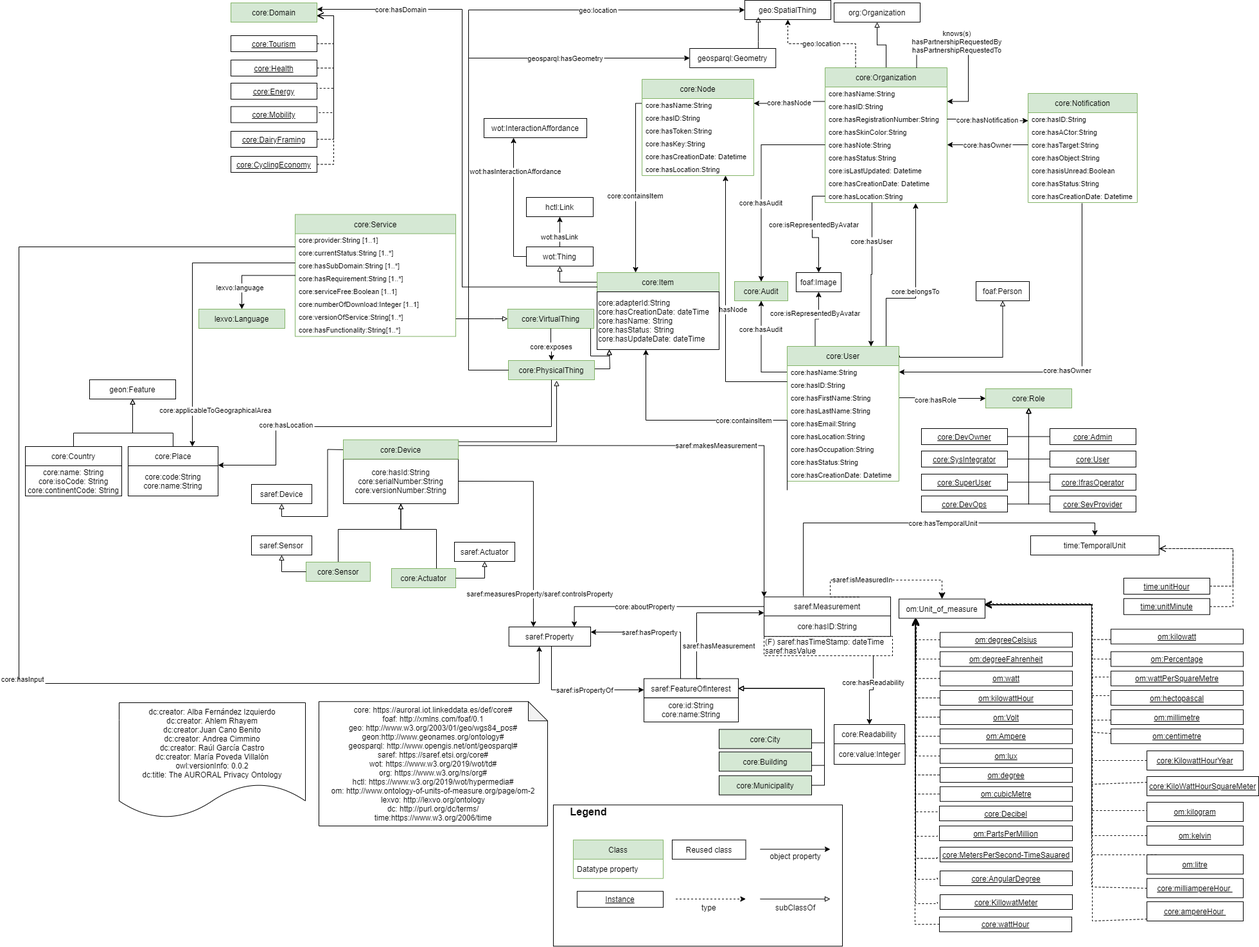
Before: diagrams/core.png, a diagram exported from draw.io (oeg-upm/auroral-core-ontology). Source tidied: cells renumbered, new cells last; positions are measured from the earlier drawing's top-left corner, leaving out a move shared by most shapes.
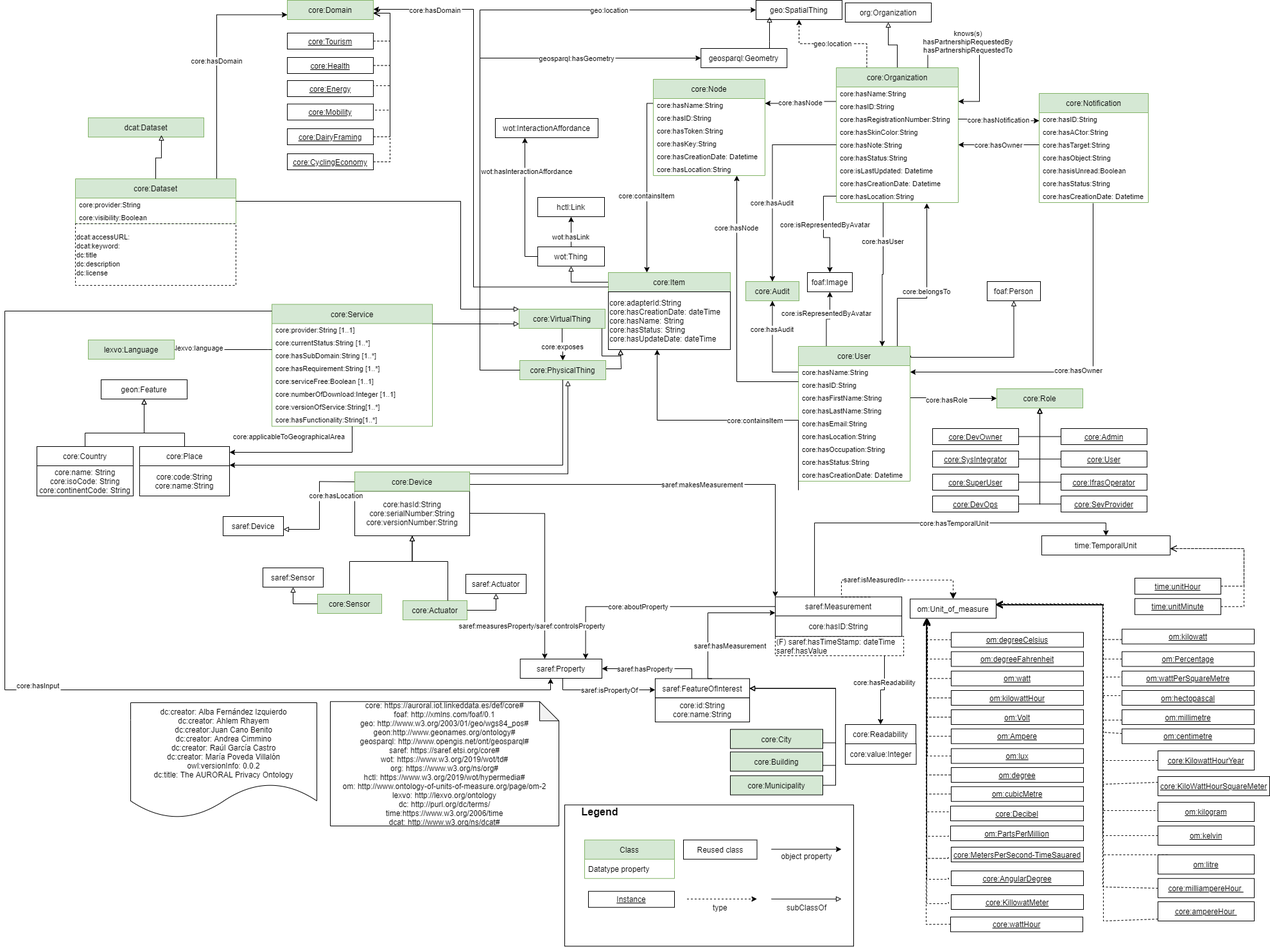
Later version of the same file.

The edit, as a diff of the source:
```diff
@@ -19,3 +19,3 @@
     </mxCell>
-    <mxCell id="5" value="core: https://auroral.iot.linkeddata.es/def/core#&#10;foaf: http://xmlns.com/foaf/0.1&#10;geo: http://www.w3.org/2003/01/geo/wgs84_pos#&#10;geon:http://www.geonames.org/ontology#&#10;geosparql: http://www.opengis.net/ont/geosparql#&#10;saref: https://saref.etsi.org/core#&#10;wot: https://www.w3.org/2019/wot/td#&#10;org: https://www.w3.org/ns/org#&#10;hctl: https://www.w3.org/2019/wot/hypermedia#&#10;om: http://www.ontology-of-units-of-measure.org/page/om-2&#10;lexvo: http://lexvo.org/ontology&#10;dc: http://purl.org/dc/terms/&#10;time:https://www.w3.org/2006/time" style="shape=note;backgroundOutline=1;darkOpacity=0.05;" parent="1" vertex="1">
+    <mxCell id="5" value="core: https://auroral.iot.linkeddata.es/def/core#&#10;foaf: http://xmlns.com/foaf/0.1&#10;geo: http://www.w3.org/2003/01/geo/wgs84_pos#&#10;geon:http://www.geonames.org/ontology#&#10;geosparql: http://www.opengis.net/ont/geosparql#&#10;saref: https://saref.etsi.org/core#&#10;wot: https://www.w3.org/2019/wot/td#&#10;org: https://www.w3.org/ns/org#&#10;hctl: https://www.w3.org/2019/wot/hypermedia#&#10;om: http://www.ontology-of-units-of-measure.org/page/om-2&#10;lexvo: http://lexvo.org/ontology&#10;dc: http://purl.org/dc/terms/&#10;time:https://www.w3.org/2006/time&#10;dcat: http://www.w3.org/ns/dcat#" style="shape=note;backgroundOutline=1;darkOpacity=0.05;" parent="1" vertex="1">
       <mxGeometry x="467" y="1092.2" width="356" height="193.8" as="geometry" />
@@ -199,6 +199,11 @@
     <mxCell id="58" value="saref:Device" style="rounded=0;whiteSpace=wrap;html=1;" parent="1" vertex="1">
-      <mxGeometry x="362" y="754" width="94" height="30" as="geometry" />
+      <mxGeometry x="300" y="804" width="94" height="30" as="geometry" />
     </mxCell>
-    <mxCell id="59" style="edgeStyle=orthogonalEdgeStyle;rounded=0;jettySize=auto;html=1;entryX=0.5;entryY=1;entryDx=0;entryDy=0;fontSize=11;endArrow=block;endFill=0;" parent="1" edge="1" source="172" target="58">
-      <mxGeometry relative="1" as="geometry" />
+    <mxCell id="59" style="edgeStyle=orthogonalEdgeStyle;rounded=0;jettySize=auto;html=1;fontSize=11;endArrow=block;endFill=0;" parent="1" edge="1" source="172" target="58">
+      <mxGeometry relative="1" as="geometry">
+        <Array as="points">
+          <mxPoint x="450" y="750" />
+          <mxPoint x="450" y="824" />
+        </Array>
+      </mxGeometry>
     </mxCell>
@@ -309,3 +314,3 @@
     <mxCell id="89" value="core:hasNode" style="edgeStyle=orthogonalEdgeStyle;rounded=0;jettySize=auto;fontSize=11;endArrow=classic;endFill=1;startArrow=none;" parent="1" edge="1" source="26" target="43">
-      <mxGeometry relative="1" as="geometry">
+      <mxGeometry x="0.61" relative="1" as="geometry">
         <Array as="points">
@@ -378,4 +383,4 @@
         <Array as="points">
-          <mxPoint x="497" y="824" />
-          <mxPoint x="595" y="824" />
+          <mxPoint x="497" y="874" />
+          <mxPoint x="595" y="874" />
         </Array>
@@ -384,6 +389,6 @@
     <mxCell id="105" value="core:Sensor" style="rounded=0;whiteSpace=wrap;html=1;fillColor=#d5e8d4;strokeColor=#82b366;" parent="1" vertex="1">
-      <mxGeometry x="447" y="875" width="100" height="30" as="geometry" />
+      <mxGeometry x="447" y="925" width="100" height="30" as="geometry" />
     </mxCell>
     <mxCell id="106" value="core:Actuator" style="rounded=0;whiteSpace=wrap;html=1;fillColor=#d5e8d4;strokeColor=#82b366;" parent="1" vertex="1">
-      <mxGeometry x="580" y="885" width="100" height="30" as="geometry" />
+      <mxGeometry x="580" y="935" width="100" height="30" as="geometry" />
     </mxCell>
@@ -392,4 +397,4 @@
         <Array as="points">
-          <mxPoint x="650" y="824" />
-          <mxPoint x="595" y="824" />
+          <mxPoint x="650" y="874" />
+          <mxPoint x="595" y="874" />
         </Array>
@@ -398,6 +403,6 @@
     <mxCell id="108" value="saref:Sensor" style="rounded=0;whiteSpace=wrap;html=1;" parent="1" vertex="1">
-      <mxGeometry x="362" y="834" width="94" height="30" as="geometry" />
+      <mxGeometry x="362" y="884" width="94" height="30" as="geometry" />
     </mxCell>
     <mxCell id="109" value="saref:Actuator" style="rounded=0;whiteSpace=wrap;html=1;" parent="1" vertex="1">
-      <mxGeometry x="678" y="844" width="94" height="30" as="geometry" />
+      <mxGeometry x="678" y="894" width="94" height="30" as="geometry" />
     </mxCell>
@@ -410,3 +415,3 @@
     <mxCell id="112" value="saref:Property" style="rounded=0;whiteSpace=wrap;html=1;points=[[0.1,0],[0.2,0],[0.3,0],[0.4,0],[0.5,0],[0.6,0],[0.7,0],[0.8,0],[0.9,0],[0,0.1],[0,0.3],[0,0.5],[0,0.7],[0,0.9],[0.1,1],[0.2,1],[0.3,1],[0.4,1],[0.5,1],[0.6,1],[0.7,1],[0.8,1],[0.9,1],[1,0.1],[1,0.3],[1,0.5],[1,0.7],[1,0.9]];" parent="1" vertex="1">
-      <mxGeometry x="762.8" y="976" width="127.2" height="30" as="geometry" />
+      <mxGeometry x="762.8" y="1026" width="127.2" height="30" as="geometry" />
     </mxCell>
@@ -448,3 +453,4 @@
         <Array as="points">
-          <mxPoint x="1160" y="694" />
+          <mxPoint x="684" y="754" />
+          <mxPoint x="1160" y="754" />
         </Array>
@@ -591,3 +597,3 @@
     <mxCell id="150" value="core:Service" style="swimlane;fontStyle=0;horizontal=1;startSize=30;fillColor=#d5e8d4;strokeColor=#82b366;" parent="1" vertex="1">
-      <mxGeometry x="430" y="333.5" width="250" height="190" as="geometry" />
+      <mxGeometry x="376" y="473.5" width="250" height="190" as="geometry" />
     </mxCell>
@@ -629,4 +635,4 @@
         <Array as="points">
-          <mxPoint x="740" y="496" />
-          <mxPoint x="740" y="496" />
+          <mxPoint x="730" y="504" />
+          <mxPoint x="730" y="504" />
         </Array>
@@ -640,5 +646,5 @@
         <Array as="points">
-          <mxPoint y="384" />
-          <mxPoint y="1064" />
-          <mxPoint x="810" y="1064" />
+          <mxPoint x="-40" y="484" />
+          <mxPoint x="-40" y="1074" />
+          <mxPoint x="810" y="1074" />
         </Array>
@@ -647,6 +653,11 @@
     <mxCell id="165" value="lexvo:Language" style="rounded=0;whiteSpace=wrap;html=1;fillColor=#d5e8d4;strokeColor=#82b366;" parent="1" vertex="1">
-      <mxGeometry x="280" y="481" width="134" height="30" as="geometry" />
+      <mxGeometry x="90" y="529" width="134" height="30" as="geometry" />
     </mxCell>
-    <mxCell id="166" style="edgeStyle=orthogonalEdgeStyle;rounded=0;jettySize=auto;html=1;entryX=0.5;entryY=0;entryDx=0;entryDy=0;fontSize=11;endArrow=classic;endFill=1;" parent="1" edge="1" source="150" target="165">
-      <mxGeometry relative="1" as="geometry" />
+    <mxCell id="166" style="edgeStyle=orthogonalEdgeStyle;rounded=0;jettySize=auto;html=1;fontSize=11;endArrow=classic;endFill=1;" parent="1" edge="1" source="150" target="165">
+      <mxGeometry relative="1" as="geometry">
+        <Array as="points">
+          <mxPoint x="370" y="544" />
+          <mxPoint x="370" y="544" />
+        </Array>
+      </mxGeometry>
     </mxCell>
@@ -669,3 +680,3 @@
       <mxGeometry x="0.45" y="3" relative="1" as="geometry">
-        <mxPoint x="6.1" y="43.1" as="offset" />
+        <mxPoint x="-23.9" y="43.4" as="offset" />
       </mxGeometry>
@@ -673,6 +684,6 @@
     <mxCell id="171" value="core:hasId:String&lt;br&gt;core:serialNumber:String&lt;br&gt;core:versionNumber:String" style="rounded=0;whiteSpace=wrap;html=1;snapToPoint=1;points=[[0.1,0],[0.2,0],[0.3,0],[0.4,0],[0.5,0],[0.6,0],[0.7,0],[0.8,0],[0.9,0],[0,0.1],[0,0.3],[0,0.5],[0,0.7],[0,0.9],[0.1,1],[0.2,1],[0.3,1],[0.4,1],[0.5,1],[0.6,1],[0.7,1],[0.8,1],[0.9,1],[1,0.1],[1,0.3],[1,0.5],[1,0.7],[1,0.9]];" parent="1" vertex="1">
-      <mxGeometry x="505" y="714.5" width="179" height="69.5" as="geometry" />
+      <mxGeometry x="505" y="764.5" width="179" height="69.5" as="geometry" />
     </mxCell>
     <mxCell id="172" value="core:Device" style="rounded=0;whiteSpace=wrap;html=1;snapToPoint=1;points=[[0.1,0],[0.2,0],[0.3,0],[0.4,0],[0.5,0],[0.6,0],[0.7,0],[0.8,0],[0.9,0],[0,0.1],[0,0.3],[0,0.5],[0,0.7],[0,0.9],[0.1,1],[0.2,1],[0.3,1],[0.4,1],[0.5,1],[0.6,1],[0.7,1],[0.8,1],[0.9,1],[1,0.1],[1,0.3],[1,0.5],[1,0.7],[1,0.9]];fillColor=#d5e8d4;strokeColor=#82b366;" parent="1" vertex="1">
-      <mxGeometry x="505" y="684.5" width="179" height="30" as="geometry" />
+      <mxGeometry x="505" y="734.5" width="179" height="30" as="geometry" />
     </mxCell>
@@ -687,4 +698,3 @@
         <Array as="points">
-          <mxPoint x="270" y="409" />
-          <mxPoint x="270" y="712" />
+          <mxPoint x="501" y="704" />
         </Array>
@@ -694,3 +704,3 @@
       <mxGeometry x="0.49" y="-3" relative="1" as="geometry">
-        <mxPoint x="39" y="57" as="offset" />
+        <mxPoint x="34" y="-22" as="offset" />
       </mxGeometry>
@@ -712,18 +722,18 @@
     <mxCell id="180" value="core:Domain" style="rounded=0;whiteSpace=wrap;html=1;fillColor=#d5e8d4;strokeColor=#82b366;" parent="1" vertex="1">
-      <mxGeometry x="330" y="4" width="134" height="30" as="geometry" />
+      <mxGeometry x="400" width="134" height="30" as="geometry" />
     </mxCell>
     <mxCell id="181" value="&lt;u&gt;core:Tourism&lt;/u&gt;" style="rounded=0;whiteSpace=wrap;html=1;" parent="1" vertex="1">
-      <mxGeometry x="330" y="55" width="134" height="25" as="geometry" />
+      <mxGeometry x="400" y="51" width="134" height="25" as="geometry" />
     </mxCell>
     <mxCell id="182" value="&lt;u&gt;core:Health&lt;/u&gt;" style="rounded=0;whiteSpace=wrap;html=1;" parent="1" vertex="1">
-      <mxGeometry x="330" y="93" width="134" height="25" as="geometry" />
+      <mxGeometry x="400" y="89" width="134" height="25" as="geometry" />
     </mxCell>
     <mxCell id="183" value="&lt;u&gt;core:Energy&lt;/u&gt;" style="rounded=0;whiteSpace=wrap;html=1;" parent="1" vertex="1">
-      <mxGeometry x="330" y="129" width="134" height="25" as="geometry" />
+      <mxGeometry x="400" y="125" width="134" height="25" as="geometry" />
     </mxCell>
     <mxCell id="184" value="&lt;u&gt;core:Mobility&lt;/u&gt;" style="rounded=0;whiteSpace=wrap;html=1;" parent="1" vertex="1">
-      <mxGeometry x="330" y="165.5" width="134" height="25" as="geometry" />
+      <mxGeometry x="400" y="161.5" width="134" height="25" as="geometry" />
     </mxCell>
     <mxCell id="185" value="&lt;u&gt;core:DairyFraming&lt;/u&gt;" style="rounded=0;whiteSpace=wrap;html=1;" parent="1" vertex="1">
-      <mxGeometry x="330" y="204" width="134" height="25" as="geometry" />
+      <mxGeometry x="400" y="200" width="134" height="25" as="geometry" />
     </mxCell>
@@ -739,3 +749,3 @@
       <mxGeometry x="0.49" y="-3" relative="1" as="geometry">
-        <mxPoint x="-91" y="3" as="offset" />
+        <mxPoint x="-63" y="-46.5" as="offset" />
       </mxGeometry>
@@ -743,3 +753,3 @@
     <mxCell id="188" value="&lt;u&gt;core:CyclingEconomy&lt;/u&gt;" style="rounded=0;whiteSpace=wrap;html=1;" parent="1" vertex="1">
-      <mxGeometry x="330" y="243" width="134" height="25" as="geometry" />
+      <mxGeometry x="400" y="239" width="134" height="25" as="geometry" />
     </mxCell>
@@ -748,3 +758,3 @@
         <Array as="points">
-          <mxPoint x="1030" y="984" />
+          <mxPoint x="1030" y="1041" />
         </Array>
@@ -770,4 +780,4 @@
         <Array as="points">
-          <mxPoint x="490" y="68" />
-          <mxPoint x="490" y="24" />
+          <mxPoint x="560" y="64" />
+          <mxPoint x="560" y="20" />
         </Array>
@@ -778,4 +788,4 @@
         <Array as="points">
-          <mxPoint x="490" y="106" />
-          <mxPoint x="490" y="24" />
+          <mxPoint x="560" y="102" />
+          <mxPoint x="560" y="20" />
         </Array>
@@ -786,5 +796,5 @@
         <Array as="points">
-          <mxPoint x="464" y="137" />
-          <mxPoint x="490" y="137" />
-          <mxPoint x="490" y="24" />
+          <mxPoint x="534" y="133" />
+          <mxPoint x="560" y="133" />
+          <mxPoint x="560" y="20" />
         </Array>
@@ -795,5 +805,5 @@
         <Array as="points">
-          <mxPoint x="464" y="175" />
-          <mxPoint x="490" y="175" />
-          <mxPoint x="490" y="24" />
+          <mxPoint x="534" y="171" />
+          <mxPoint x="560" y="171" />
+          <mxPoint x="560" y="20" />
         </Array>
@@ -804,4 +814,4 @@
         <Array as="points">
-          <mxPoint x="490" y="217" />
-          <mxPoint x="490" y="24" />
+          <mxPoint x="560" y="213" />
+          <mxPoint x="560" y="20" />
         </Array>
@@ -812,4 +822,4 @@
         <Array as="points">
-          <mxPoint x="490" y="256" />
-          <mxPoint x="490" y="24" />
+          <mxPoint x="560" y="252" />
+          <mxPoint x="560" y="20" />
         </Array>
@@ -817,3 +827,3 @@
     </mxCell>
-    <mxCell id="198" value="core:adapterId:String&lt;br&gt;core:hasCreationDate: dateTime&lt;br&gt;core:hasName: String&lt;br&gt;core:hasStatus: String&lt;br&gt;core:hasUpdateDate: dateTime" style="rounded=0;whiteSpace=wrap;html=1;snapToPoint=1;points=[[0.1,0],[0.2,0],[0.3,0],[0.4,0],[0.5,0],[0.6,0],[0.7,0],[0.8,0],[0.9,0],[0,0.1],[0,0.3],[0,0.5],[0,0.7],[0,0.9],[0.1,1],[0.2,1],[0.3,1],[0.4,1],[0.5,1],[0.6,1],[0.7,1],[0.8,1],[0.9,1],[1,0.1],[1,0.3],[1,0.5],[1,0.7],[1,0.9]];align=left;" parent="1" vertex="1">
+    <mxCell id="198" value="core:adapterId:String&lt;br&gt;core:hasCreationDate: dateTime&lt;br&gt;core:hasName: String&lt;br&gt;core:hasStatus: String&lt;br&gt;core:hasUpdateDate: dateTime" style="rounded=0;whiteSpace=wrap;html=1;snapToPoint=1;points=[[0.1,0],[0.2,0],[0.3,0],[0.4,0],[0.5,0],[0.6,0],[0.7,0],[0.8,0],[0.9,0],[0,0.1],[0,0.3],[0,0.5],[0,0.7],[0,0.9],[0.1,1],[0.2,1],[0.3,1],[0.4,1],[0.5,1],[0.6,1],[0.7,1],[0.8,1],[0.9,1],[1,0.1],[1,0.3],[1,0.5],[1,0.7],[1,0.9]];align=left;fillColor=none;" parent="1" vertex="1">
       <mxGeometry x="900" y="454" width="190" height="90" as="geometry" />
@@ -1033,5 +1043,3 @@
         <Array as="points">
-          <mxPoint x="829" y="664" />
-          <mxPoint x="400" y="664" />
-          <mxPoint x="400" y="724" />
+          <mxPoint x="829" y="724" />
         </Array>
@@ -1040,3 +1048,5 @@
     <mxCell id="238" value="core:hasLocation" style="edgeLabel;align=center;verticalAlign=middle;fontSize=11;" parent="237" vertex="1">
-      <mxGeometry x="0.49" y="-3" relative="1" as="geometry" />
+      <mxGeometry x="0.49" y="-3" relative="1" as="geometry">
+        <mxPoint y="50" as="offset" />
+      </mxGeometry>
     </mxCell>
@@ -1106,2 +1116,38 @@
     </mxCell>
+    <mxCell id="252" style="edgeStyle=orthogonalEdgeStyle;rounded=0;jettySize=auto;html=1;entryX=0;entryY=0.75;entryDx=0;entryDy=0;" parent="1" edge="1" source="254" target="180">
+      <mxGeometry relative="1" as="geometry">
+        <Array as="points">
+          <mxPoint x="290" y="23" />
+        </Array>
+      </mxGeometry>
+    </mxCell>
+    <mxCell id="253" value="core:hasDomain" style="edgeLabel;html=1;align=center;verticalAlign=middle;" parent="252" vertex="1">
+      <mxGeometry x="0.01" y="1" relative="1" as="geometry" />
+    </mxCell>
+    <mxCell id="254" value="core:Dataset" style="swimlane;fontStyle=0;horizontal=1;startSize=30;fillColor=#d5e8d4;strokeColor=#82b366;" parent="1" vertex="1">
+      <mxGeometry x="70" y="278" width="250" height="70" as="geometry" />
+    </mxCell>
+    <mxCell id="255" value="core:provider:String " style="text;strokeColor=none;fillColor=none;align=left;verticalAlign=middle;spacingLeft=4;spacingRight=4;overflow=hidden;fontSize=11;" parent="254" vertex="1">
+      <mxGeometry y="30" width="250" height="20" as="geometry" />
+    </mxCell>
+    <mxCell id="256" value="core:visibility:Boolean " style="text;strokeColor=none;fillColor=none;align=left;verticalAlign=middle;spacingLeft=4;spacingRight=4;overflow=hidden;fontSize=11;" parent="254" vertex="1">
+      <mxGeometry y="50" width="250" height="20" as="geometry" />
+    </mxCell>
+    <mxCell id="257" value="dcat:Dataset" style="rounded=0;whiteSpace=wrap;html=1;fillColor=#d5e8d4;strokeColor=#82b366;" parent="1" vertex="1">
+      <mxGeometry x="90" y="183" width="180" height="30" as="geometry" />
+    </mxCell>
+    <mxCell id="258" style="edgeStyle=orthogonalEdgeStyle;rounded=0;jettySize=auto;html=1;fontSize=11;endArrow=block;endFill=0;" parent="1" edge="1" source="254" target="159">
+      <mxGeometry relative="1" as="geometry">
+        <Array as="points">
+          <mxPoint x="670" y="313" />
+          <mxPoint x="670" y="481" />
+        </Array>
+      </mxGeometry>
+    </mxCell>
+    <mxCell id="259" value="&lt;font style=&quot;font-size: 11px&quot;&gt;dcat:accessURL:&amp;nbsp;&lt;br&gt;dcat:keyword:&amp;nbsp;&lt;br&gt;dc:title&lt;br&gt;dc:description&lt;br&gt;dc:license&lt;/font&gt;" style="rounded=0;whiteSpace=wrap;html=1;dashed=1;align=left;" parent="1" vertex="1">
+      <mxGeometry x="70" y="348" width="250" height="96" as="geometry" />
+    </mxCell>
+    <mxCell id="260" style="edgeStyle=orthogonalEdgeStyle;rounded=0;jettySize=auto;html=1;fontSize=11;endArrow=block;endFill=0;entryX=0.633;entryY=0.9;entryDx=0;entryDy=0;entryPerimeter=0;" parent="1" edge="1" source="254" target="257">
+      <mxGeometry relative="1" as="geometry" />
+    </mxCell>
   </root>
```
